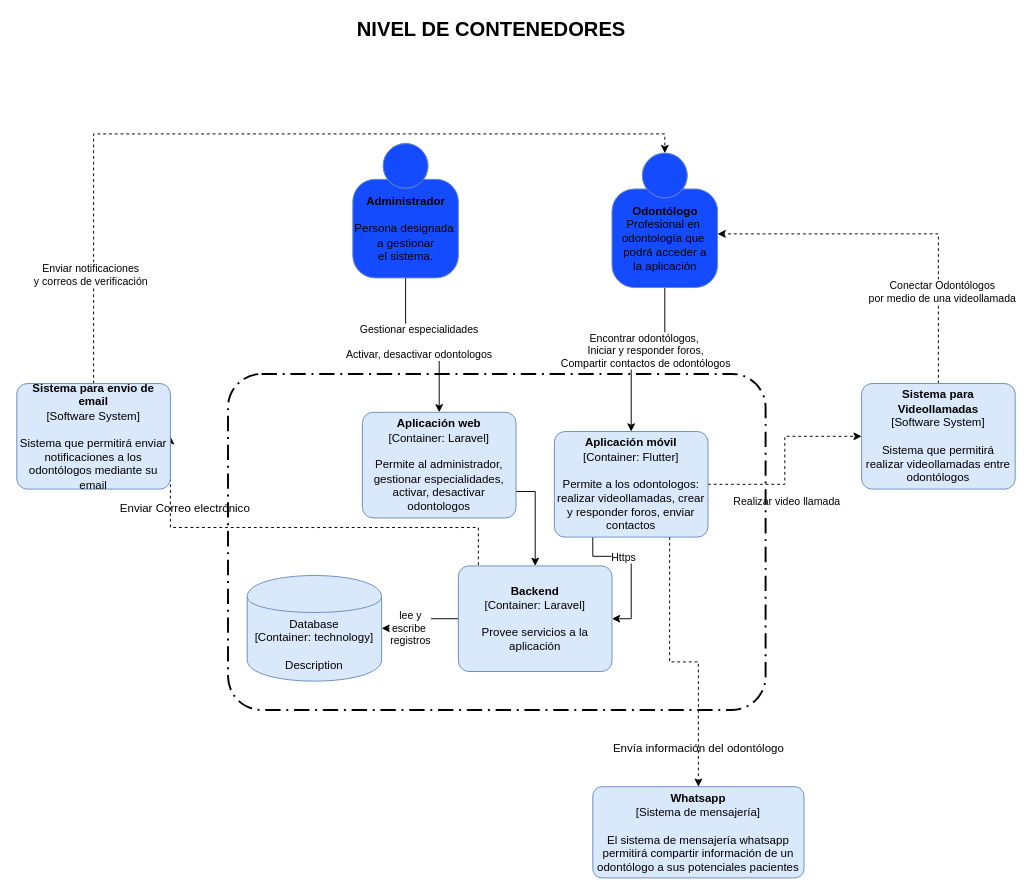
vjcajilema/C4-Odontologos keeps this draw.io diagram as page "Contenedores" (2 of 2) of Untitled Diagram.drawio. Above is the earlier version. Source tidied: cells renumbered, new cells numbered last; positions are measured from the earlier drawing's top-left corner, leaving out a move shared by most shapes. Both pictures are drawn from the tidied source at 96%, with x=0, y=0 at pixel (16, 18).
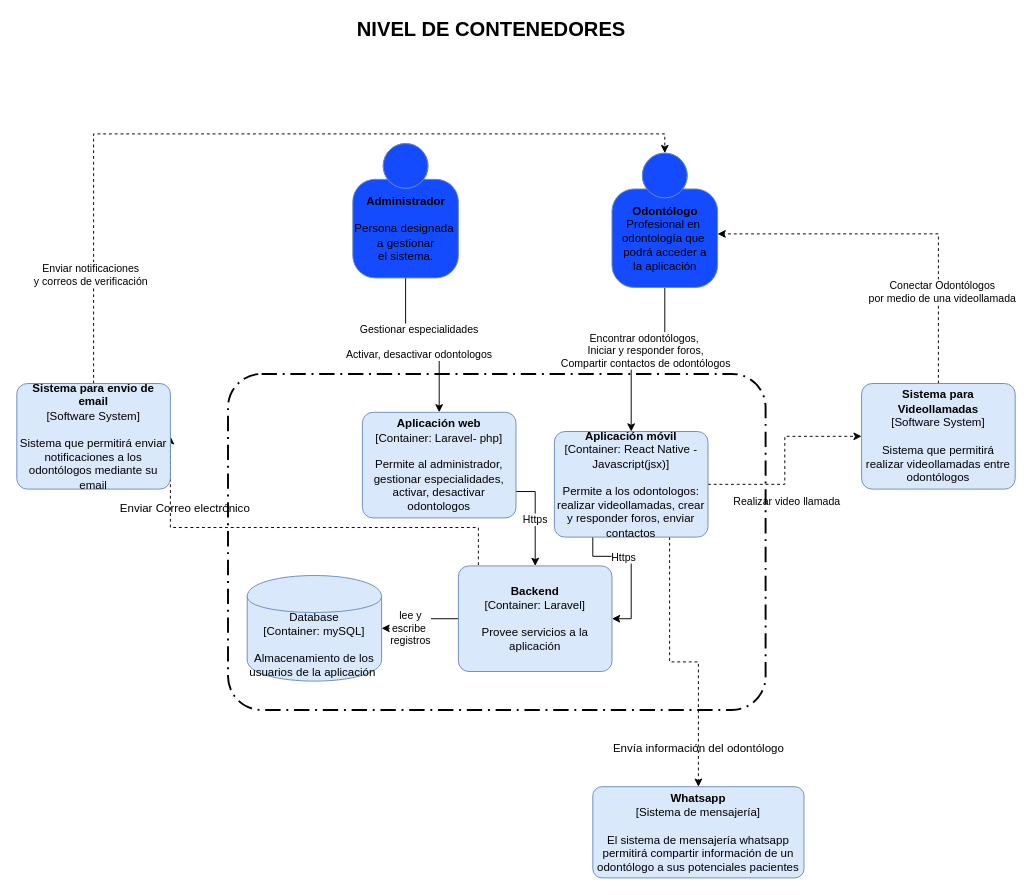
The same page after the edit.

Unchanged cells that the change refers to:
```xml
<mxCell id="30" value="&lt;span&gt;&lt;b&gt;Backend&lt;/b&gt;&lt;/span&gt;&lt;br&gt;&lt;div&gt;[Container:&amp;nbsp;&lt;span&gt;Laravel&lt;/span&gt;&lt;span&gt;]&lt;/span&gt;&lt;/div&gt;&lt;br&gt;Provee servicios a la aplicación" style="rounded=1;whiteSpace=wrap;html=1;labelBackgroundColor=none;fillColor=#dae8fc;fontColor=#000000;align=center;arcSize=10;strokeColor=#6c8ebf;points=[[0.25,0,0],[0.5,0,0],[0.75,0,0],[1,0.25,0],[1,0.5,0],[1,0.75,0],[0.75,1,0],[0.5,1,0],[0.25,1,0],[0,0.75,0],[0,0.5,0],[0,0.25,0]];" parent="1" vertex="1">
  <mxGeometry x="460" y="570" width="160" height="110" as="geometry" />
</mxCell>
```

What changed in the source:
```diff
@@
-    <mxCell id="25" value="&lt;span&gt;&lt;b&gt;Aplicación móvil&lt;/b&gt;&lt;/span&gt;&lt;br&gt;&lt;div&gt;[Container:&amp;nbsp;&lt;span&gt;Flutter&lt;/span&gt;&lt;span&gt;]&lt;/span&gt;&lt;/div&gt;&lt;br&gt;Permite a los odontologos: realizar videollamadas, crear y responder foros, enviar contactos" style="rounded=1;whiteSpace=wrap;html=1;labelBackgroundColor=none;fillColor=#dae8fc;fontColor=#000000;align=center;arcSize=10;strokeColor=#6c8ebf;points=[[0.25,0,0],[0.5,0,0],[0.75,0,0],[1,0.25,0],[1,0.5,0],[1,0.75,0],[0.75,1,0],[0.5,1,0],[0.25,1,0],[0,0.75,0],[0,0.5,0],[0,0.25,0]];" parent="1" vertex="1">
+    <mxCell id="25" value="&lt;span&gt;&lt;b&gt;Aplicación móvil&lt;/b&gt;&lt;/span&gt;&lt;br&gt;&lt;div&gt;[Container: React Native - Javascript(jsx)&lt;span&gt;]&lt;/span&gt;&lt;/div&gt;&lt;br&gt;Permite a los odontologos: realizar videollamadas, crear y responder foros, enviar contactos" style="rounded=1;whiteSpace=wrap;html=1;labelBackgroundColor=none;fillColor=#dae8fc;fontColor=#000000;align=center;arcSize=10;strokeColor=#6c8ebf;points=[[0.25,0,0],[0.5,0,0],[0.75,0,0],[1,0.25,0],[1,0.5,0],[1,0.75,0],[0.75,1,0],[0.5,1,0],[0.25,1,0],[0,0.75,0],[0,0.5,0],[0,0.25,0]];" parent="1" vertex="1">
       <mxGeometry x="560" y="430" width="160" height="110" as="geometry" />
     </mxCell>
-    <mxCell id="26" style="edgeStyle=orthogonalEdgeStyle;rounded=0;jettySize=auto;html=1;exitX=1;exitY=0.75;exitDx=0;exitDy=0;exitPerimeter=0;" parent="1" edge="1" source="27" target="30">
+    <mxCell id="26" value="Https" style="edgeStyle=orthogonalEdgeStyle;rounded=0;jettySize=auto;html=1;exitX=1;exitY=0.75;exitDx=0;exitDy=0;exitPerimeter=0;" parent="1" edge="1" source="27" target="30">
       <mxGeometry relative="1" as="geometry" />
     </mxCell>
-    <mxCell id="27" value="&lt;span&gt;&lt;b&gt;Aplicación web&lt;/b&gt;&lt;/span&gt;&lt;br&gt;&lt;div&gt;[Container:&amp;nbsp;&lt;span&gt;Laravel&lt;/span&gt;&lt;span&gt;]&lt;/span&gt;&lt;/div&gt;&lt;br&gt;Permite al administrador, gestionar especialidades, activar, desactivar odontologos" style="rounded=1;whiteSpace=wrap;html=1;labelBackgroundColor=none;fillColor=#dae8fc;fontColor=#000000;align=center;arcSize=10;strokeColor=#6c8ebf;points=[[0.25,0,0],[0.5,0,0],[0.75,0,0],[1,0.25,0],[1,0.5,0],[1,0.75,0],[0.75,1,0],[0.5,1,0],[0.25,1,0],[0,0.75,0],[0,0.5,0],[0,0.25,0]];" parent="1" vertex="1">
+    <mxCell id="27" value="&lt;span&gt;&lt;b&gt;Aplicación web&lt;/b&gt;&lt;/span&gt;&lt;br&gt;&lt;div&gt;[Container:&amp;nbsp;&lt;span&gt;Laravel- php&lt;/span&gt;&lt;span&gt;]&lt;/span&gt;&lt;/div&gt;&lt;br&gt;Permite al administrador, gestionar especialidades, activar, desactivar odontologos" style="rounded=1;whiteSpace=wrap;html=1;labelBackgroundColor=none;fillColor=#dae8fc;fontColor=#000000;align=center;arcSize=10;strokeColor=#6c8ebf;points=[[0.25,0,0],[0.5,0,0],[0.75,0,0],[1,0.25,0],[1,0.5,0],[1,0.75,0],[0.75,1,0],[0.5,1,0],[0.25,1,0],[0,0.75,0],[0,0.5,0],[0,0.25,0]];" parent="1" vertex="1">
       <mxGeometry x="360" y="410" width="160" height="110" as="geometry" />
     </mxCell>
@@
-    <mxCell id="31" value="&lt;span&gt;Database&lt;/span&gt;&lt;div&gt;[Container:&amp;nbsp;technology]&lt;/div&gt;&lt;br&gt;&lt;div&gt;Description&lt;/div&gt;" style="shape=cylinder;whiteSpace=wrap;html=1;boundedLbl=1;rounded=0;labelBackgroundColor=none;fillColor=#dae8fc;fontSize=12;fontColor=#000000;align=center;strokeColor=#6c8ebf;points=[[0.5,0,0],[1,0.25,0],[1,0.5,0],[1,0.75,0],[0.5,1,0],[0,0.75,0],[0,0.5,0],[0,0.25,0]];" parent="1" vertex="1">
+    <mxCell id="31" value="&lt;span&gt;Database&lt;/span&gt;&lt;div&gt;[Container:&amp;nbsp;mySQL]&lt;/div&gt;&lt;br&gt;&lt;div&gt;Almacenamiento de los usuarios de la aplicación&amp;nbsp;&lt;/div&gt;" style="shape=cylinder;whiteSpace=wrap;html=1;boundedLbl=1;rounded=0;labelBackgroundColor=none;fillColor=#dae8fc;fontSize=12;fontColor=#000000;align=center;strokeColor=#6c8ebf;points=[[0.5,0,0],[1,0.25,0],[1,0.5,0],[1,0.75,0],[0.5,1,0],[0,0.75,0],[0,0.5,0],[0,0.25,0]];" parent="1" vertex="1">
       <mxGeometry x="240" y="580" width="140" height="110" as="geometry" />
     </mxCell>
```
